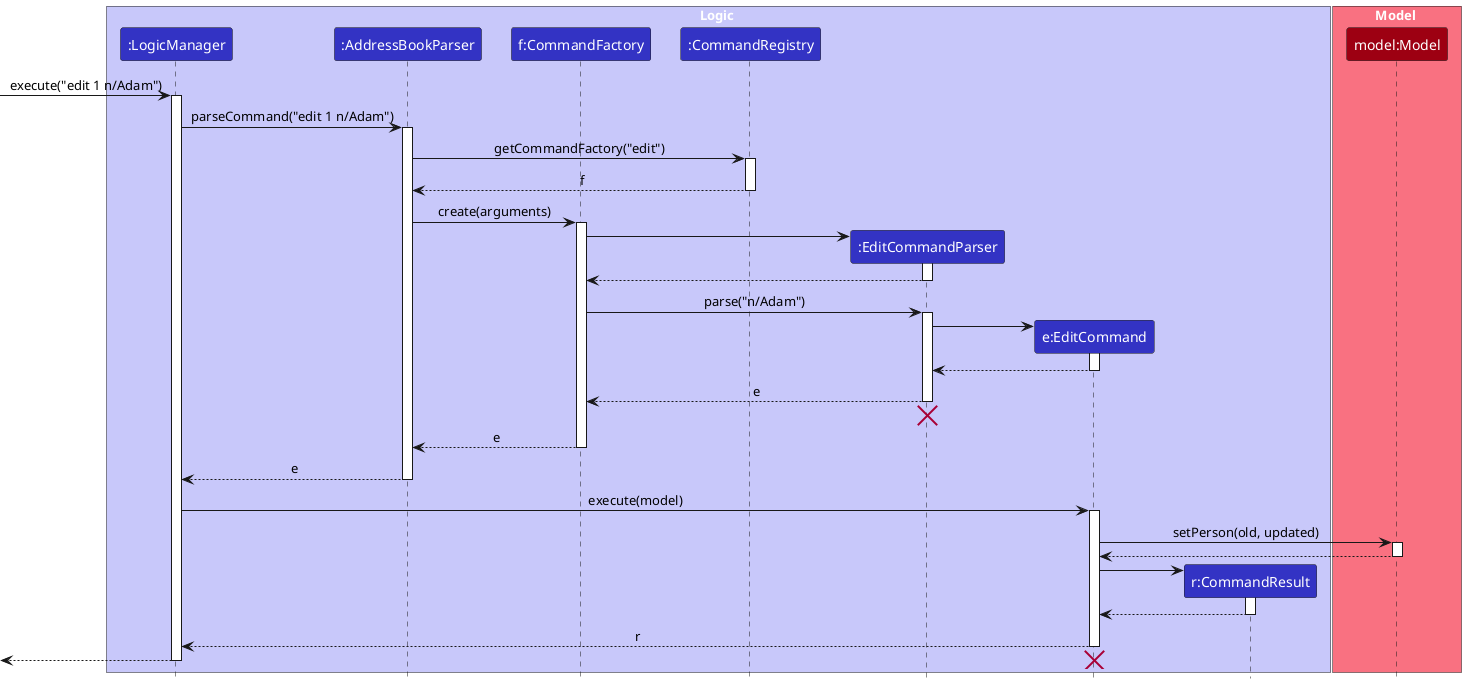
Itsdaodao/tp keeps this PlantUML diagram as docs/images/EditSequenceDiagram.png. Above is the earlier version.
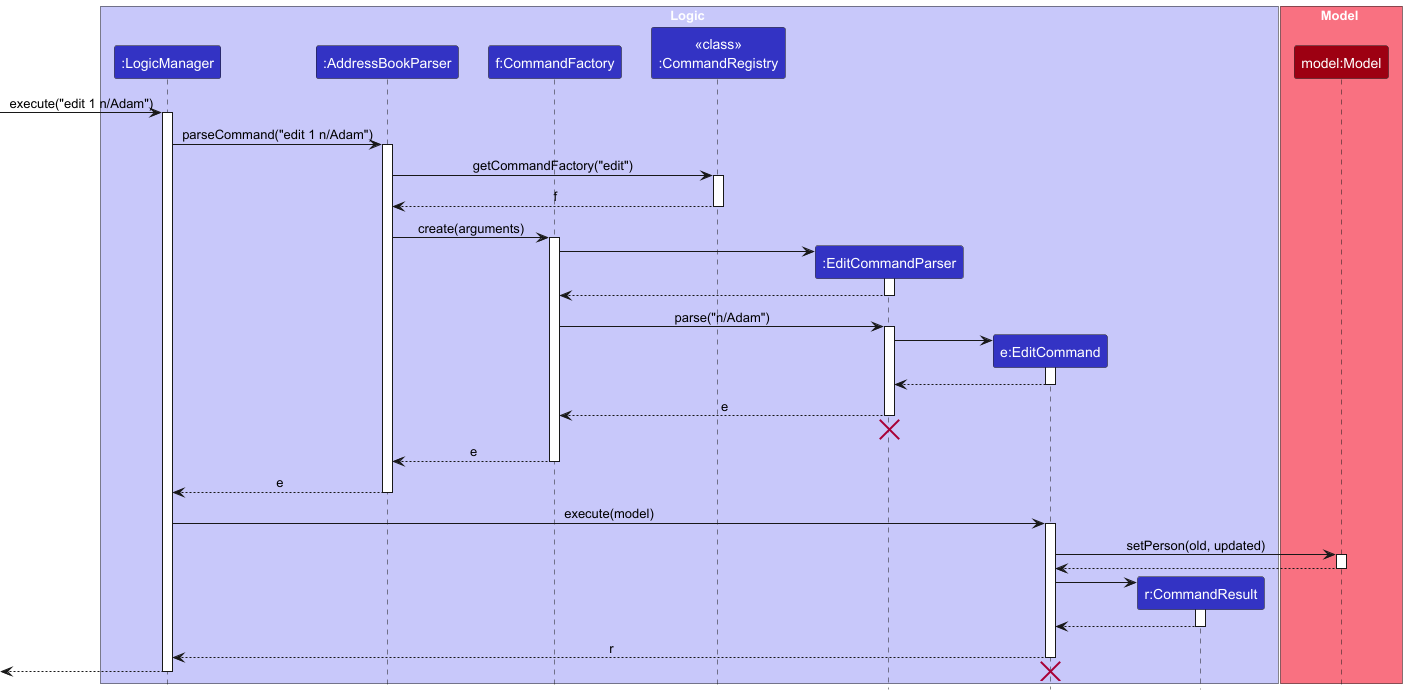
The same file after the commit.

What changed in the source:
```diff
@@ -6,7 +6,7 @@
 participant ":LogicManager" as LogicManager LOGIC_COLOR
 participant ":AddressBookParser" as AddressBookParser LOGIC_COLOR
 participant "f:CommandFactory" as CommandFactory LOGIC_COLOR
-participant ":CommandRegistry" as CommandRegistry LOGIC_COLOR
+participant "<<class>>\n:CommandRegistry" as CommandRegistry LOGIC_COLOR
 participant ":EditCommandParser" as EditCommandParser LOGIC_COLOR
 participant "e:EditCommand" as EditCommand LOGIC_COLOR
 participant "r:CommandResult" as CommandResult LOGIC_COLOR
```
